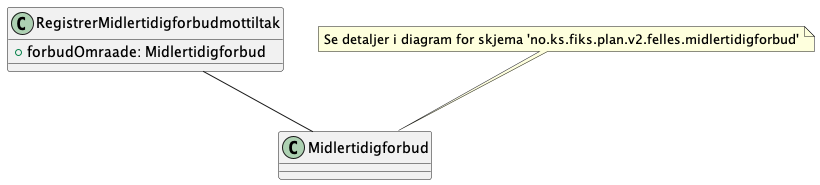
Before: Dokumentasjon/V2/ClassDiagrams/no.ks.fiks.plan.v2.oppdatering.midlertidigforbudmottiltak.registrer/midlertidigforbudmottiltak-registrer.png, a diagram exported from PlantUML (ks-no/fiks-plan-specification).
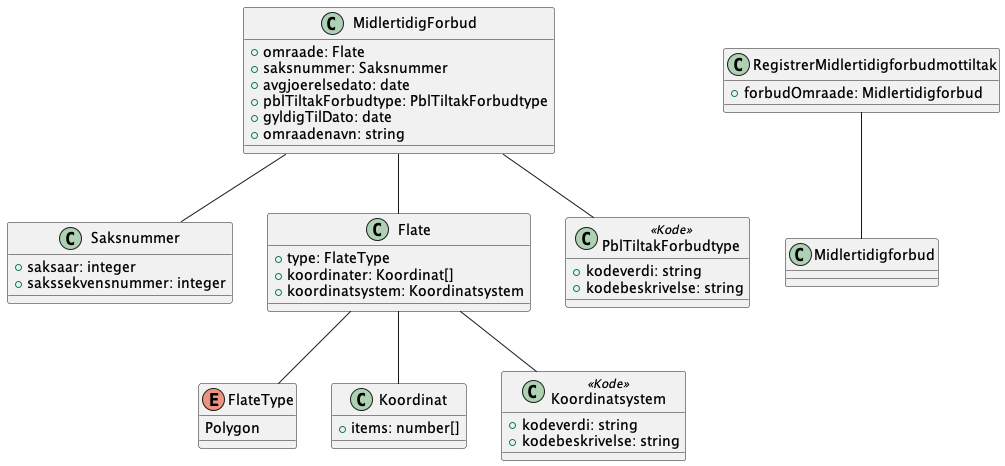
The same diagram one commit later.

The edit, as a diff of the source:
```diff
@@ -1,4 +1,5 @@
 @startuml
+!include ./../no.ks.fiks.plan.v2.felles.midlertidigforbud/midlertidigforbud.pu
 
 class RegistrerMidlertidigforbudmottiltak {
     +forbudOmraade: Midlertidigforbud
@@ -6,6 +7,4 @@
 
 RegistrerMidlertidigforbudmottiltak -- Midlertidigforbud
 
-note top of Midlertidigforbud : Se detaljer i diagram for skjema 'no.ks.fiks.plan.v2.felles.midlertidigforbud'
-
 @enduml
```
